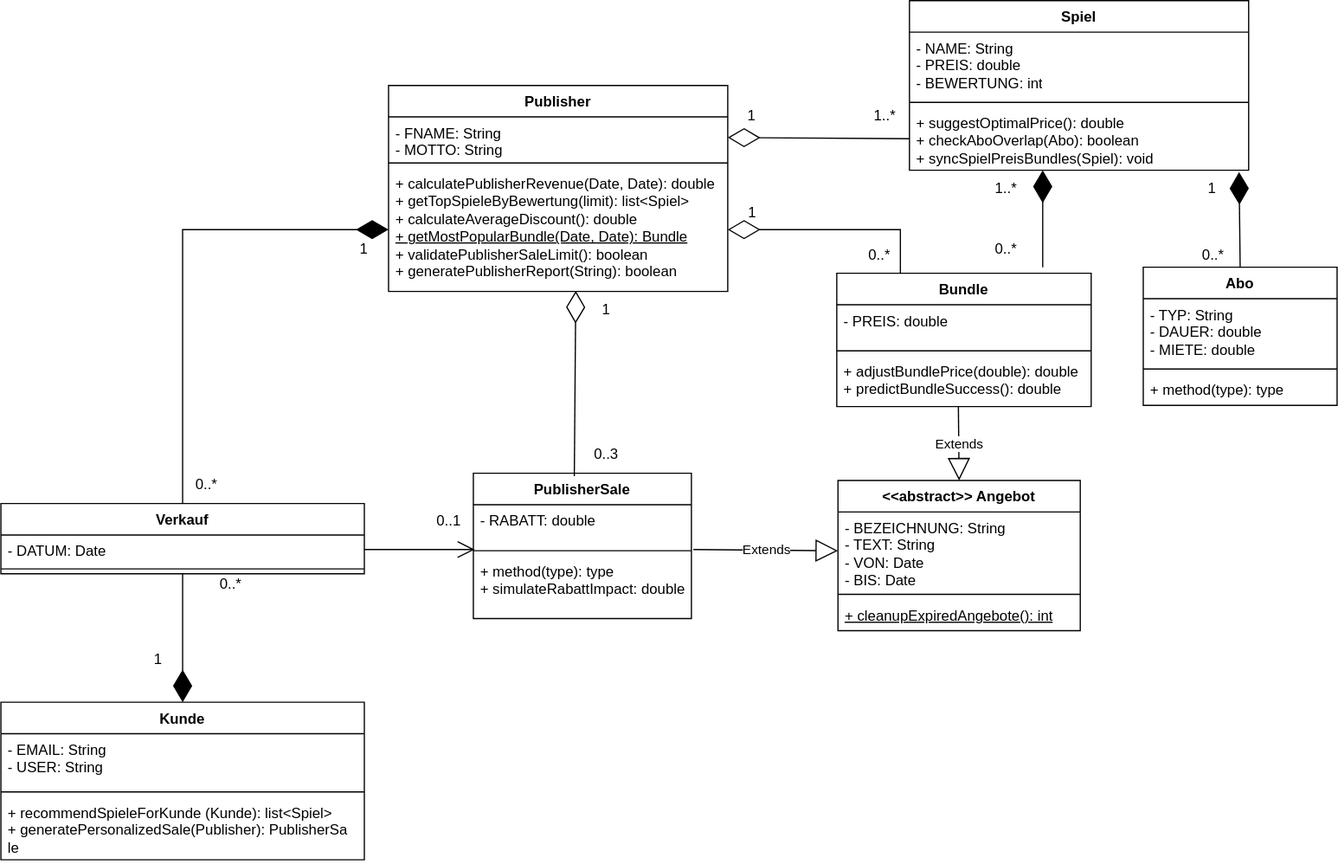
The draw.io diagram PublisherUML.drawio.svg in Azok42/Publisher, before a commit. Source tidied: cells renumbered, new cells last; positions are measured from the earlier drawing's top-left corner, leaving out a move shared by most shapes.
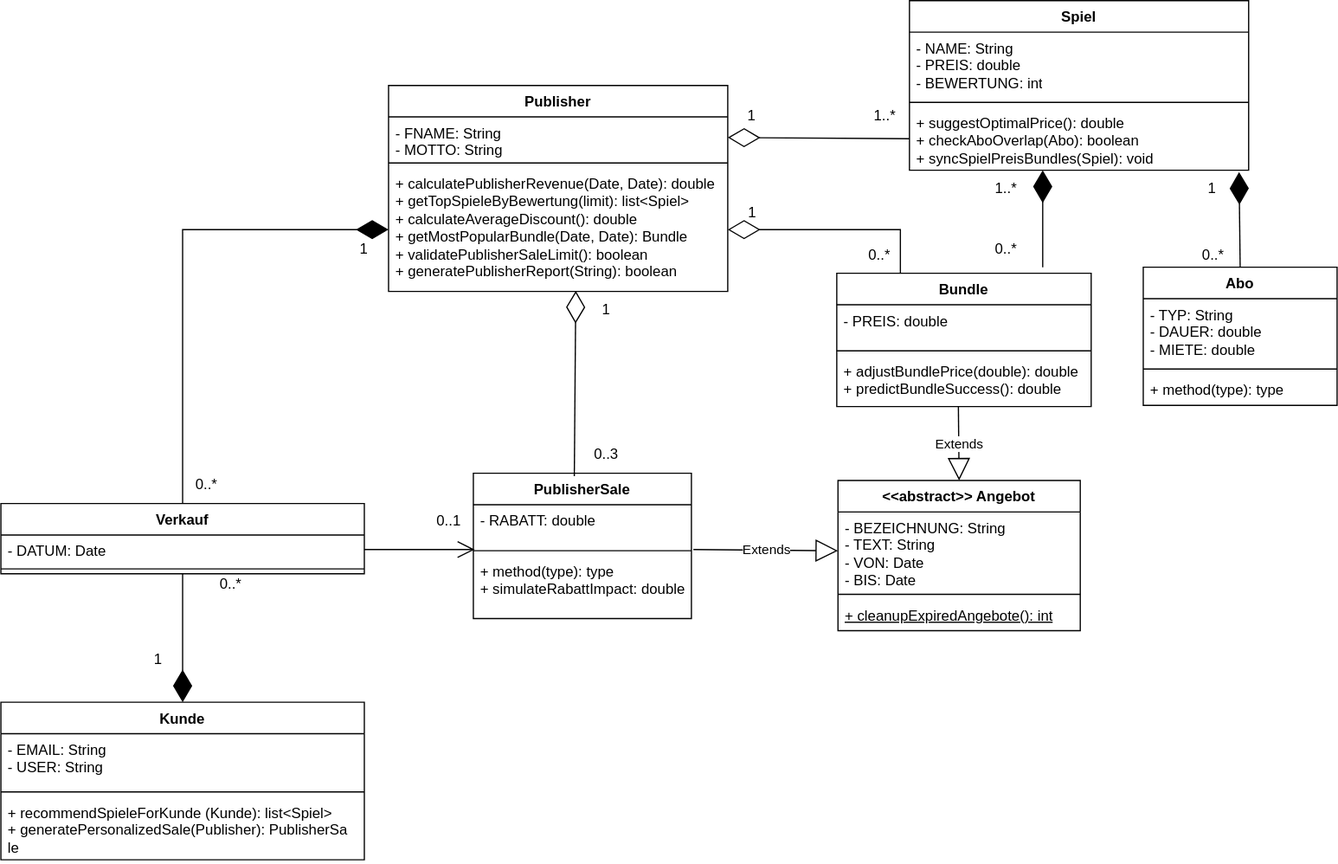
After the commit.

Commit message:
add more publisher implementation

The edit, as a diff of the source:
```diff
@@ -11,7 +11,7 @@
     <mxCell id="4" style="line;strokeWidth=1;fillColor=none;align=left;verticalAlign=middle;spacingTop=-1;spacingLeft=3;spacingRight=3;labelPosition=right;strokeColor=inherit;" parent="2" vertex="1">
       <mxGeometry y="60" width="280" height="8" as="geometry" />
     </mxCell>
-    <mxCell id="5" value="+ calculatePublisherRevenue(Date, Date): double&lt;div&gt;+ getTopSpieleByBewertung(limit): list&amp;lt;Spiel&amp;gt;&lt;/div&gt;&lt;div&gt;+ calculateAverageDiscount(): double&lt;/div&gt;&lt;div&gt;&lt;u&gt;+ getMostPopularBundle(Date, Date): Bundle&lt;/u&gt;&lt;/div&gt;&lt;div&gt;+ validatePublisherSaleLimit(): boolean&lt;/div&gt;&lt;div&gt;+ generatePublisherReport(String): boolean&lt;/div&gt;" style="text;strokeColor=none;fillColor=none;align=left;verticalAlign=top;spacingLeft=4;spacingRight=4;overflow=hidden;points=[[0,0.5],[1,0.5]];portConstraint=eastwest;whiteSpace=wrap;html=1;" parent="2" vertex="1">
+    <mxCell id="5" value="+ calculatePublisherRevenue(Date, Date): double&lt;div&gt;+ getTopSpieleByBewertung(limit): list&amp;lt;Spiel&amp;gt;&lt;/div&gt;&lt;div&gt;+ calculateAverageDiscount(): double&lt;/div&gt;&lt;div&gt;+ getMostPopularBundle(Date, Date): Bundle&lt;/div&gt;&lt;div&gt;+ validatePublisherSaleLimit(): boolean&lt;/div&gt;&lt;div&gt;+ generatePublisherReport(String): boolean&lt;/div&gt;" style="text;strokeColor=none;fillColor=none;align=left;verticalAlign=top;spacingLeft=4;spacingRight=4;overflow=hidden;points=[[0,0.5],[1,0.5]];portConstraint=eastwest;whiteSpace=wrap;html=1;" parent="2" vertex="1">
       <mxGeometry y="68" width="280" height="102" as="geometry" />
     </mxCell>
     <mxCell id="6" value="Spiel" style="swimlane;fontStyle=1;align=center;verticalAlign=top;horizontal=1;startSize=26;whiteSpace=wrap;html=1;" parent="1" vertex="1">
```
